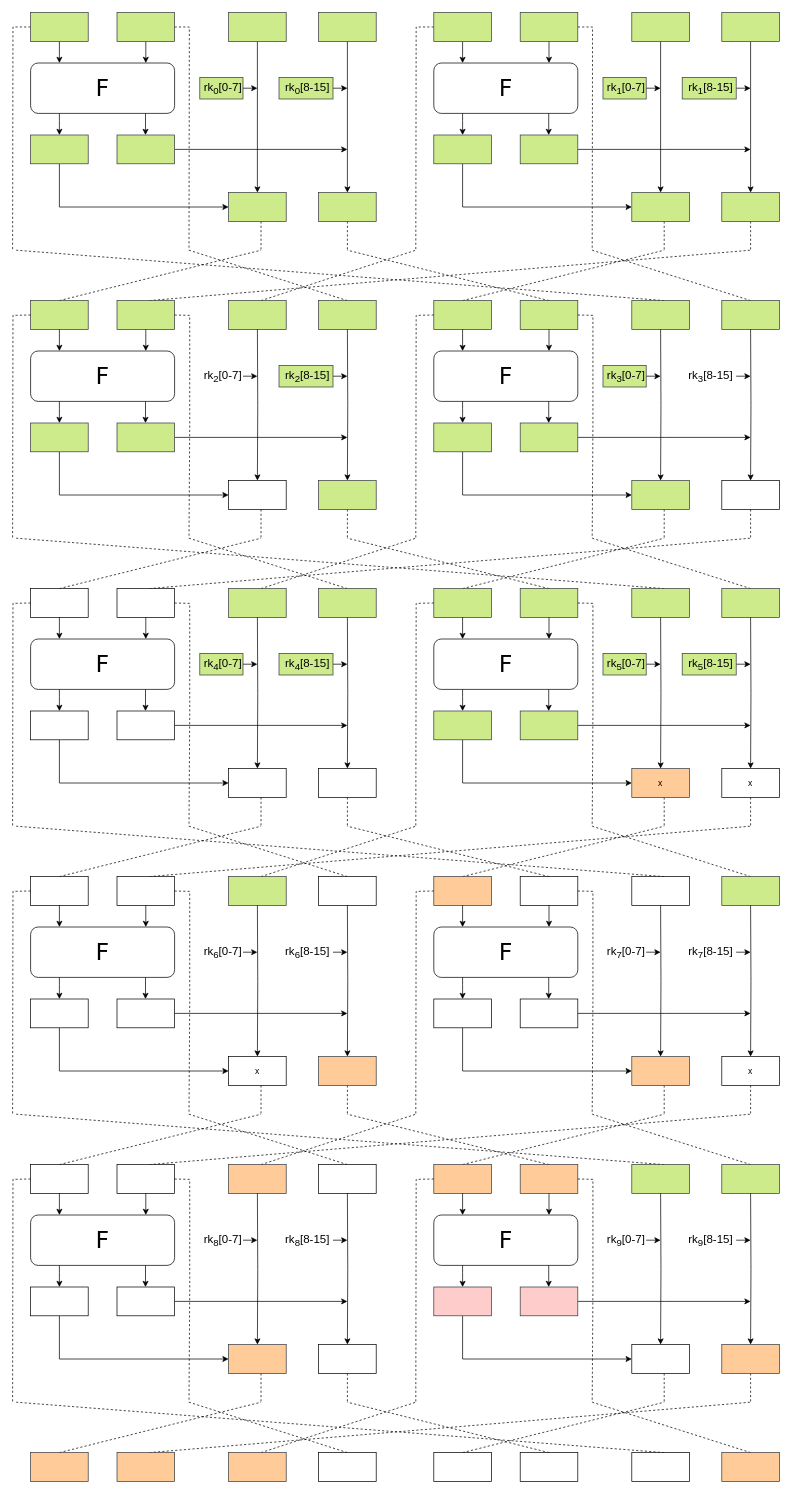
Before: trail/key recovery imp.drawio in dwqRP/Piccolo, a draw.io diagram. Source tidied: cells renumbered, new cells numbered last; positions are measured from the earlier drawing's top-left corner, leaving out a move shared by most shapes. Both pictures are drawn from the tidied source at 72%, with x=0, y=0 at pixel (12, 12).
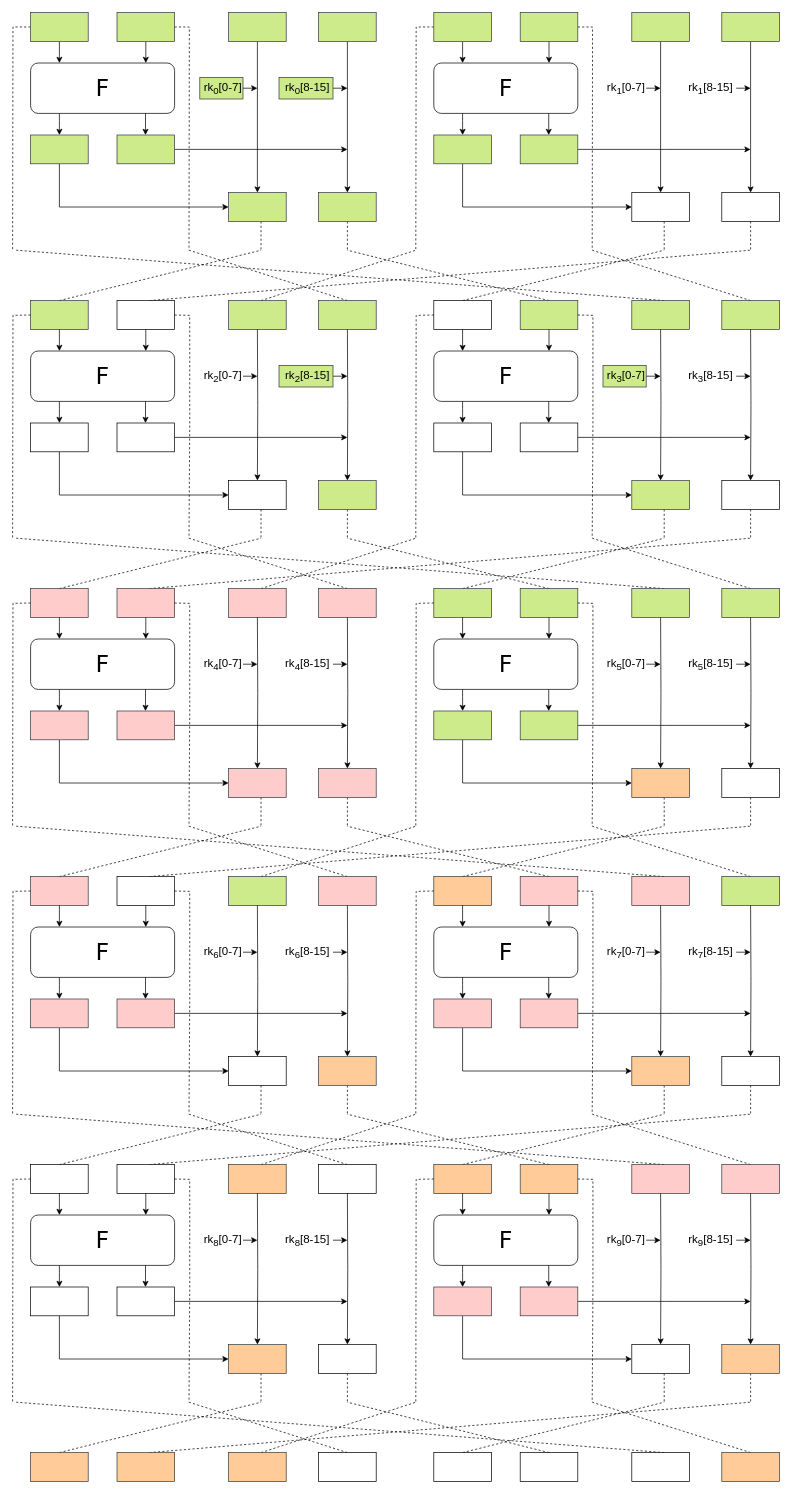
After the change.

What changed in the source:
```diff
@@
-    <mxCell id="35" style="rounded=0;whiteSpace=wrap;html=1;fillColor=#cdeb8b;strokeColor=#36393d;" parent="1" vertex="1">
+    <mxCell id="35" style="rounded=0;whiteSpace=wrap;html=1;" parent="1" vertex="1">
       <mxGeometry x="145" y="400" width="80" height="40" as="geometry" />
     </mxCell>
@@
-    <mxCell id="57" style="rounded=0;whiteSpace=wrap;html=1;fillColor=#cdeb8b;strokeColor=#36393d;" parent="1" vertex="1">
+    <mxCell id="57" style="rounded=0;whiteSpace=wrap;html=1;" parent="1" vertex="1">
       <mxGeometry x="860" y="250" width="80" height="40" as="geometry" />
     </mxCell>
@@
-    <mxCell id="59" value="&lt;font style=&quot;font-size: 16px;&quot;&gt;&amp;nbsp;rk&lt;sub&gt;1&lt;/sub&gt;[0-7]&lt;/font&gt;" style="text;html=1;align=center;verticalAlign=middle;whiteSpace=wrap;rounded=0;fillColor=#cdeb8b;strokeColor=#36393d;" parent="1" vertex="1">
+    <mxCell id="59" value="&lt;font style=&quot;font-size: 16px;&quot;&gt;&amp;nbsp;rk&lt;sub&gt;1&lt;/sub&gt;[0-7]&lt;/font&gt;" style="text;html=1;align=center;verticalAlign=middle;whiteSpace=wrap;rounded=0;" parent="1" vertex="1">
       <mxGeometry x="820" y="90" width="60" height="30" as="geometry" />
     </mxCell>
@@
-    <mxCell id="61" value="&lt;font style=&quot;font-size: 16px;&quot;&gt;&amp;nbsp;rk&lt;sub&gt;1&lt;/sub&gt;[8-15]&lt;/font&gt;" style="text;html=1;align=center;verticalAlign=middle;whiteSpace=wrap;rounded=0;fillColor=#cdeb8b;strokeColor=#36393d;" parent="1" vertex="1">
+    <mxCell id="61" value="&lt;font style=&quot;font-size: 16px;&quot;&gt;&amp;nbsp;rk&lt;sub&gt;1&lt;/sub&gt;[8-15]&lt;/font&gt;" style="text;html=1;align=center;verticalAlign=middle;whiteSpace=wrap;rounded=0;" parent="1" vertex="1">
       <mxGeometry x="930" y="90" width="75" height="30" as="geometry" />
     </mxCell>
-    <mxCell id="62" style="rounded=0;whiteSpace=wrap;html=1;fillColor=#cdeb8b;strokeColor=#36393d;" parent="1" vertex="1">
+    <mxCell id="62" style="rounded=0;whiteSpace=wrap;html=1;" parent="1" vertex="1">
       <mxGeometry x="985" y="250" width="80" height="40" as="geometry" />
     </mxCell>
@@
-    <mxCell id="64" style="rounded=0;whiteSpace=wrap;html=1;fillColor=#cdeb8b;strokeColor=#36393d;" parent="1" vertex="1">
+    <mxCell id="64" style="rounded=0;whiteSpace=wrap;html=1;" parent="1" vertex="1">
       <mxGeometry x="585" y="400" width="80" height="40" as="geometry" />
     </mxCell>
@@
-    <mxCell id="87" style="rounded=0;whiteSpace=wrap;html=1;fillColor=#cdeb8b;strokeColor=#36393d;" parent="1" vertex="1">
+    <mxCell id="87" style="rounded=0;whiteSpace=wrap;html=1;" parent="1" vertex="1">
       <mxGeometry x="25" y="570" width="80" height="40" as="geometry" />
     </mxCell>
@@
-    <mxCell id="89" style="rounded=0;whiteSpace=wrap;html=1;fillColor=#cdeb8b;strokeColor=#36393d;" parent="1" vertex="1">
+    <mxCell id="89" style="rounded=0;whiteSpace=wrap;html=1;" parent="1" vertex="1">
       <mxGeometry x="145" y="570" width="80" height="40" as="geometry" />
     </mxCell>
@@
-    <mxCell id="96" style="rounded=0;whiteSpace=wrap;html=1;" parent="1" vertex="1">
+    <mxCell id="96" style="rounded=0;whiteSpace=wrap;html=1;fillColor=#ffcccc;strokeColor=#36393d;" parent="1" vertex="1">
       <mxGeometry x="25" y="800" width="80" height="40" as="geometry" />
     </mxCell>
-    <mxCell id="97" style="rounded=0;whiteSpace=wrap;html=1;" parent="1" vertex="1">
+    <mxCell id="97" style="rounded=0;whiteSpace=wrap;html=1;fillColor=#ffcccc;strokeColor=#36393d;" parent="1" vertex="1">
       <mxGeometry x="145" y="800" width="80" height="40" as="geometry" />
     </mxCell>
-    <mxCell id="98" style="rounded=0;whiteSpace=wrap;html=1;fillColor=#cdeb8b;strokeColor=#36393d;" parent="1" vertex="1">
+    <mxCell id="98" style="rounded=0;whiteSpace=wrap;html=1;fillColor=#ffcccc;strokeColor=#36393d;" parent="1" vertex="1">
       <mxGeometry x="300" y="800" width="80" height="40" as="geometry" />
     </mxCell>
-    <mxCell id="99" style="rounded=0;whiteSpace=wrap;html=1;fillColor=#cdeb8b;strokeColor=#36393d;" parent="1" vertex="1">
+    <mxCell id="99" style="rounded=0;whiteSpace=wrap;html=1;fillColor=#ffcccc;strokeColor=#36393d;" parent="1" vertex="1">
       <mxGeometry x="425" y="800" width="80" height="40" as="geometry" />
     </mxCell>
@@
-    <mxCell id="112" style="rounded=0;whiteSpace=wrap;html=1;fillColor=#cdeb8b;strokeColor=#36393d;" parent="1" vertex="1">
+    <mxCell id="112" style="rounded=0;whiteSpace=wrap;html=1;" parent="1" vertex="1">
       <mxGeometry x="585" y="570" width="80" height="40" as="geometry" />
     </mxCell>
@@
-    <mxCell id="114" style="rounded=0;whiteSpace=wrap;html=1;fillColor=#cdeb8b;strokeColor=#36393d;" parent="1" vertex="1">
+    <mxCell id="114" style="rounded=0;whiteSpace=wrap;html=1;" parent="1" vertex="1">
       <mxGeometry x="705" y="570" width="80" height="40" as="geometry" />
     </mxCell>
@@
-    <mxCell id="145" style="rounded=0;whiteSpace=wrap;html=1;" parent="1" vertex="1">
+    <mxCell id="145" style="rounded=0;whiteSpace=wrap;html=1;fillColor=#ffcccc;strokeColor=#36393d;" parent="1" vertex="1">
       <mxGeometry x="25" y="970" width="80" height="40" as="geometry" />
     </mxCell>
@@
-    <mxCell id="147" style="rounded=0;whiteSpace=wrap;html=1;" parent="1" vertex="1">
+    <mxCell id="147" style="rounded=0;whiteSpace=wrap;html=1;fillColor=#ffcccc;strokeColor=#36393d;" parent="1" vertex="1">
       <mxGeometry x="145" y="970" width="80" height="40" as="geometry" />
     </mxCell>
-    <mxCell id="148" style="rounded=0;whiteSpace=wrap;html=1;" parent="1" vertex="1">
+    <mxCell id="148" style="rounded=0;whiteSpace=wrap;html=1;fillColor=#ffcccc;strokeColor=#36393d;" parent="1" vertex="1">
       <mxGeometry x="300" y="1050" width="80" height="40" as="geometry" />
     </mxCell>
@@
-    <mxCell id="150" value="&lt;font style=&quot;font-size: 16px;&quot;&gt;&amp;nbsp;rk&lt;sub&gt;4&lt;/sub&gt;[0-7]&lt;/font&gt;" style="text;html=1;align=center;verticalAlign=middle;whiteSpace=wrap;rounded=0;fillColor=#cdeb8b;strokeColor=#36393d;" parent="1" vertex="1">
+    <mxCell id="150" value="&lt;font style=&quot;font-size: 16px;&quot;&gt;&amp;nbsp;rk&lt;sub&gt;4&lt;/sub&gt;[0-7]&lt;/font&gt;" style="text;html=1;align=center;verticalAlign=middle;whiteSpace=wrap;rounded=0;" parent="1" vertex="1">
       <mxGeometry x="260" y="890" width="60" height="30" as="geometry" />
     </mxCell>
@@
-    <mxCell id="152" value="&lt;font style=&quot;font-size: 16px;&quot;&gt;&amp;nbsp;rk&lt;sub&gt;4&lt;/sub&gt;[8-15]&lt;/font&gt;" style="text;html=1;align=center;verticalAlign=middle;whiteSpace=wrap;rounded=0;fillColor=#cdeb8b;strokeColor=#36393d;" parent="1" vertex="1">
+    <mxCell id="152" value="&lt;font style=&quot;font-size: 16px;&quot;&gt;&amp;nbsp;rk&lt;sub&gt;4&lt;/sub&gt;[8-15]&lt;/font&gt;" style="text;html=1;align=center;verticalAlign=middle;whiteSpace=wrap;rounded=0;" parent="1" vertex="1">
       <mxGeometry x="370" y="890" width="75" height="30" as="geometry" />
     </mxCell>
-    <mxCell id="153" style="rounded=0;whiteSpace=wrap;html=1;" parent="1" vertex="1">
+    <mxCell id="153" style="rounded=0;whiteSpace=wrap;html=1;fillColor=#ffcccc;strokeColor=#36393d;" parent="1" vertex="1">
       <mxGeometry x="425" y="1050" width="80" height="40" as="geometry" />
     </mxCell>
-    <mxCell id="154" style="rounded=0;whiteSpace=wrap;html=1;" parent="1" vertex="1">
+    <mxCell id="154" style="rounded=0;whiteSpace=wrap;html=1;fillColor=#ffcccc;strokeColor=#36393d;" parent="1" vertex="1">
       <mxGeometry x="25" y="1200" width="80" height="40" as="geometry" />
     </mxCell>
@@
-    <mxCell id="157" style="rounded=0;whiteSpace=wrap;html=1;" parent="1" vertex="1">
+    <mxCell id="157" style="rounded=0;whiteSpace=wrap;html=1;fillColor=#ffcccc;strokeColor=#36393d;" parent="1" vertex="1">
       <mxGeometry x="425" y="1200" width="80" height="40" as="geometry" />
     </mxCell>
@@
-    <mxCell id="173" value="x" style="rounded=0;whiteSpace=wrap;html=1;fillColor=#ffcc99;strokeColor=#36393d;" parent="1" vertex="1">
+    <mxCell id="173" style="rounded=0;whiteSpace=wrap;html=1;fillColor=#ffcc99;strokeColor=#36393d;" parent="1" vertex="1">
       <mxGeometry x="860" y="1050" width="80" height="40" as="geometry" />
     </mxCell>
@@
-    <mxCell id="175" value="&lt;font style=&quot;font-size: 16px;&quot;&gt;&amp;nbsp;rk&lt;sub&gt;5&lt;/sub&gt;[0-7]&lt;/font&gt;" style="text;html=1;align=center;verticalAlign=middle;whiteSpace=wrap;rounded=0;fillColor=#cdeb8b;strokeColor=#36393d;" parent="1" vertex="1">
+    <mxCell id="175" value="&lt;font style=&quot;font-size: 16px;&quot;&gt;&amp;nbsp;rk&lt;sub&gt;5&lt;/sub&gt;[0-7]&lt;/font&gt;" style="text;html=1;align=center;verticalAlign=middle;whiteSpace=wrap;rounded=0;" parent="1" vertex="1">
       <mxGeometry x="820" y="890" width="60" height="30" as="geometry" />
     </mxCell>
@@
-    <mxCell id="177" value="&lt;font style=&quot;font-size: 16px;&quot;&gt;&amp;nbsp;rk&lt;sub&gt;5&lt;/sub&gt;[8-15]&lt;/font&gt;" style="text;html=1;align=center;verticalAlign=middle;whiteSpace=wrap;rounded=0;fillColor=#cdeb8b;strokeColor=#36393d;" parent="1" vertex="1">
+    <mxCell id="177" value="&lt;font style=&quot;font-size: 16px;&quot;&gt;&amp;nbsp;rk&lt;sub&gt;5&lt;/sub&gt;[8-15]&lt;/font&gt;" style="text;html=1;align=center;verticalAlign=middle;whiteSpace=wrap;rounded=0;" parent="1" vertex="1">
       <mxGeometry x="930" y="890" width="75" height="30" as="geometry" />
     </mxCell>
-    <mxCell id="178" value="x" style="rounded=0;whiteSpace=wrap;html=1;" parent="1" vertex="1">
+    <mxCell id="178" style="rounded=0;whiteSpace=wrap;html=1;" parent="1" vertex="1">
       <mxGeometry x="985" y="1050" width="80" height="40" as="geometry" />
     </mxCell>
@@
-    <mxCell id="181" style="rounded=0;whiteSpace=wrap;html=1;" parent="1" vertex="1">
+    <mxCell id="181" style="rounded=0;whiteSpace=wrap;html=1;fillColor=#ffcccc;strokeColor=#36393d;" parent="1" vertex="1">
       <mxGeometry x="705" y="1200" width="80" height="40" as="geometry" />
     </mxCell>
-    <mxCell id="182" style="rounded=0;whiteSpace=wrap;html=1;" parent="1" vertex="1">
+    <mxCell id="182" style="rounded=0;whiteSpace=wrap;html=1;fillColor=#ffcccc;strokeColor=#36393d;" parent="1" vertex="1">
       <mxGeometry x="860" y="1200" width="80" height="40" as="geometry" />
     </mxCell>
@@
-    <mxCell id="203" style="rounded=0;whiteSpace=wrap;html=1;" parent="1" vertex="1">
+    <mxCell id="203" style="rounded=0;whiteSpace=wrap;html=1;fillColor=#ffcccc;strokeColor=#36393d;" parent="1" vertex="1">
       <mxGeometry x="25" y="1370" width="80" height="40" as="geometry" />
     </mxCell>
@@
-    <mxCell id="205" style="rounded=0;whiteSpace=wrap;html=1;" parent="1" vertex="1">
+    <mxCell id="205" style="rounded=0;whiteSpace=wrap;html=1;fillColor=#ffcccc;strokeColor=#36393d;" parent="1" vertex="1">
       <mxGeometry x="145" y="1370" width="80" height="40" as="geometry" />
     </mxCell>
-    <mxCell id="206" value="x" style="rounded=0;whiteSpace=wrap;html=1;" parent="1" vertex="1">
+    <mxCell id="206" style="rounded=0;whiteSpace=wrap;html=1;" parent="1" vertex="1">
       <mxGeometry x="300" y="1450" width="80" height="40" as="geometry" />
     </mxCell>
@@
-    <mxCell id="228" style="rounded=0;whiteSpace=wrap;html=1;" parent="1" vertex="1">
+    <mxCell id="228" style="rounded=0;whiteSpace=wrap;html=1;fillColor=#ffcccc;strokeColor=#36393d;" parent="1" vertex="1">
       <mxGeometry x="585" y="1370" width="80" height="40" as="geometry" />
     </mxCell>
@@
-    <mxCell id="230" style="rounded=0;whiteSpace=wrap;html=1;" parent="1" vertex="1">
+    <mxCell id="230" style="rounded=0;whiteSpace=wrap;html=1;fillColor=#ffcccc;strokeColor=#36393d;" parent="1" vertex="1">
       <mxGeometry x="705" y="1370" width="80" height="40" as="geometry" />
     </mxCell>
@@
-    <mxCell id="236" value="x" style="rounded=0;whiteSpace=wrap;html=1;" parent="1" vertex="1">
+    <mxCell id="236" style="rounded=0;whiteSpace=wrap;html=1;" parent="1" vertex="1">
       <mxGeometry x="985" y="1450" width="80" height="40" as="geometry" />
     </mxCell>
@@
-    <mxCell id="240" style="rounded=0;whiteSpace=wrap;html=1;fillColor=#cdeb8b;strokeColor=#36393d;" parent="1" vertex="1">
+    <mxCell id="240" style="rounded=0;whiteSpace=wrap;html=1;fillColor=#ffcccc;strokeColor=#36393d;" parent="1" vertex="1">
       <mxGeometry x="860" y="1600" width="80" height="40" as="geometry" />
     </mxCell>
-    <mxCell id="241" style="rounded=0;whiteSpace=wrap;html=1;fillColor=#cdeb8b;strokeColor=#36393d;" parent="1" vertex="1">
+    <mxCell id="241" style="rounded=0;whiteSpace=wrap;html=1;fillColor=#ffcccc;strokeColor=#36393d;" parent="1" vertex="1">
       <mxGeometry x="985" y="1600" width="80" height="40" as="geometry" />
     </mxCell>
```
